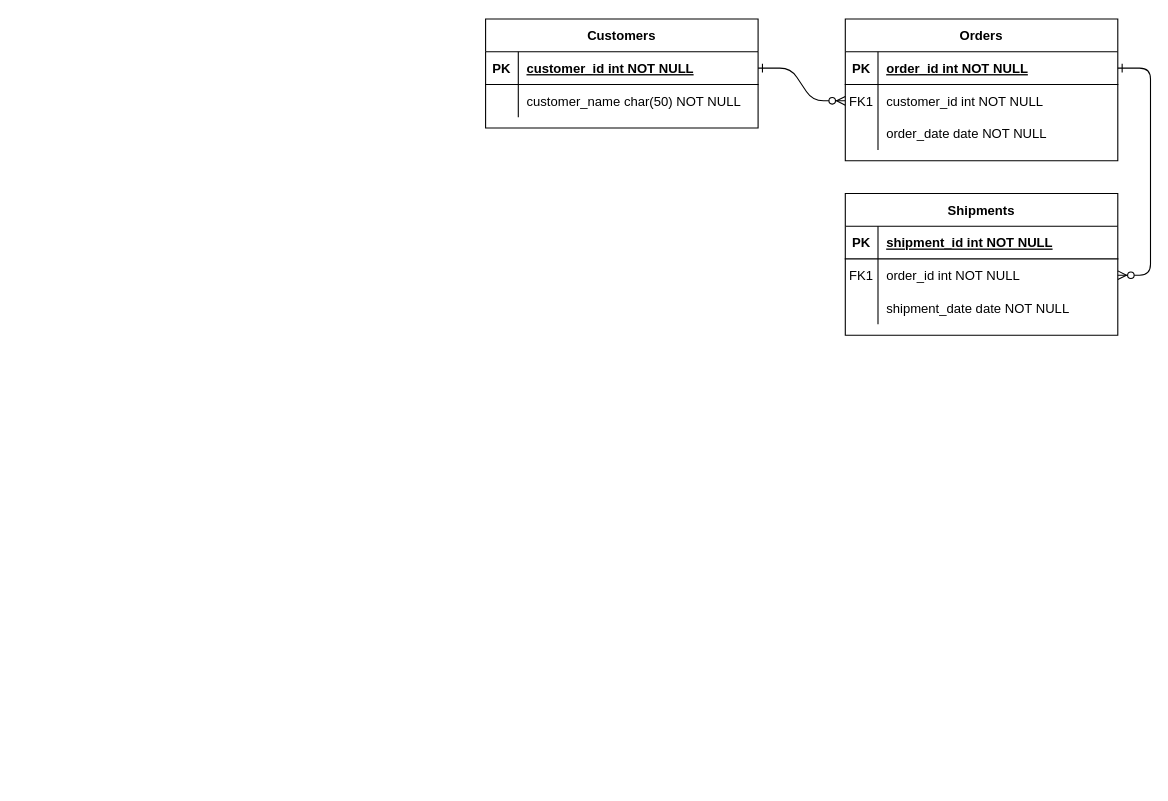
The draw.io diagram Untitled Diagram.drawio in AjaxXu/Diagram, before the edit. Source tidied: cells renumbered, new cells numbered last; positions are measured from the earlier drawing's top-left corner, leaving out a move shared by most shapes. Both pictures are drawn from the tidied source at 109%, with x=0, y=0 at pixel (485, 19).
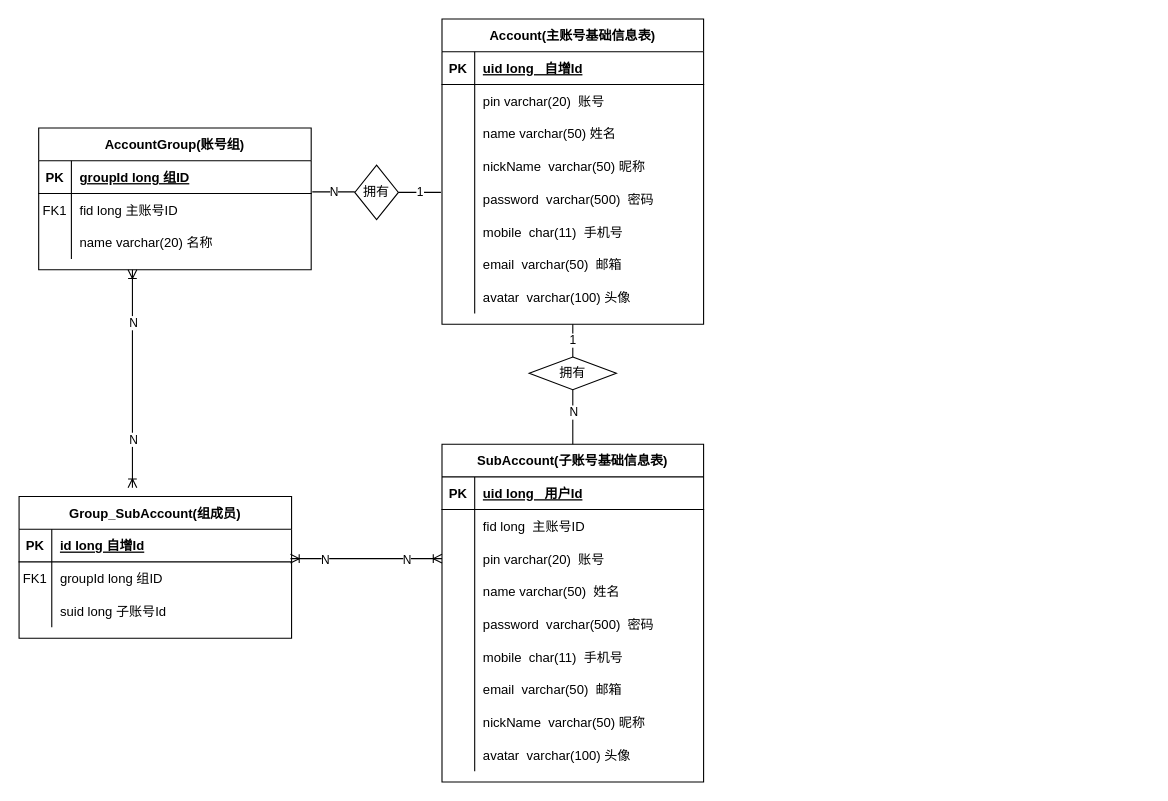
Above is the later version.

The change refers to these unchanged cells:
```xml
<mxCell id="5" style="shape=partialRectangle;fillColor=none;points=[[0,0.5],[1,0.5]];portConstraint=eastwest;top=0;left=0;right=0;bottom=1;" parent="4" vertex="1">
  <mxGeometry y="30" width="250" height="30" as="geometry" />
</mxCell>
<mxCell id="8" style="shape=partialRectangle;fillColor=none;points=[[0,0.5],[1,0.5]];portConstraint=eastwest;top=0;left=0;right=0;bottom=0;" parent="4" vertex="1">
  <mxGeometry y="60" width="250" height="30" as="geometry" />
</mxCell>
<mxCell id="11" style="shape=partialRectangle;fillColor=none;top=0;left=0;right=0;bottom=0;" parent="4" vertex="1">
  <mxGeometry y="90" width="250" height="30" as="geometry" />
</mxCell>
```

Diff of the diagram source:
```diff
@@
-    <mxCell id="2" style="edgeStyle=entityRelationEdgeStyle;endArrow=ERzeroToMany;startArrow=ERone;endFill=1;startFill=0;" parent="1" edge="1" source="25" target="8">
-      <mxGeometry relative="1" as="geometry" />
-    </mxCell>
-    <mxCell id="3" style="edgeStyle=entityRelationEdgeStyle;endArrow=ERzeroToMany;startArrow=ERone;endFill=1;startFill=0;" parent="1" edge="1" source="5" target="18">
-      <mxGeometry relative="1" as="geometry" />
-    </mxCell>
-    <mxCell id="4" value="Orders" style="shape=table;startSize=30;childLayout=tableLayout;rowLines=0;fontStyle=1;align=center;" parent="1" vertex="1">
-      <mxGeometry x="330" width="250" height="130" as="geometry" />
+    <mxCell id="4" value="AccountGroup(账号组)" style="shape=table;startSize=30;childLayout=tableLayout;rowLines=0;fontStyle=1;align=center;" parent="1" vertex="1">
+      <mxGeometry x="-410" y="100" width="250" height="130" as="geometry" />
     </mxCell>
@@
-    <mxCell id="7" value="order_id int NOT NULL " style="shape=partialRectangle;overflow=hidden;fillColor=none;top=0;left=0;bottom=0;right=0;align=left;spacingLeft=6;fontStyle=5;" parent="5" vertex="1">
+    <mxCell id="7" value="groupId long 组ID" style="shape=partialRectangle;overflow=hidden;fillColor=none;top=0;left=0;bottom=0;right=0;align=left;spacingLeft=6;fontStyle=5;" parent="5" vertex="1">
       <mxGeometry x="30" width="220" height="30" as="geometry" />
     </mxCell>
@@
-    <mxCell id="10" value="customer_id int NOT NULL" style="shape=partialRectangle;overflow=hidden;fillColor=none;top=0;left=0;bottom=0;right=0;align=left;spacingLeft=6;" parent="8" vertex="1">
+    <mxCell id="10" value="fid long 主账号ID" style="shape=partialRectangle;overflow=hidden;fillColor=none;top=0;left=0;bottom=0;right=0;align=left;spacingLeft=6;" parent="8" vertex="1">
       <mxGeometry x="30" width="220" height="30" as="geometry" />
     </mxCell>
@@
-    <mxCell id="13" value="order_date date NOT NULL" style="shape=partialRectangle;overflow=hidden;fillColor=none;top=0;left=0;bottom=0;right=0;align=left;spacingLeft=6;" parent="11" vertex="1">
+    <mxCell id="13" value="name varchar(20) 名称" style="shape=partialRectangle;overflow=hidden;fillColor=none;top=0;left=0;bottom=0;right=0;align=left;spacingLeft=6;" parent="11" vertex="1">
       <mxGeometry x="30" width="220" height="30" as="geometry" />
     </mxCell>
-    <mxCell id="14" value="Shipments" style="shape=table;startSize=30;childLayout=tableLayout;rowLines=0;fontStyle=1;align=center;" parent="1" vertex="1">
-      <mxGeometry x="330" y="160" width="250" height="130" as="geometry" />
-    </mxCell>
-    <mxCell id="15" style="shape=partialRectangle;fillColor=none;points=[[0,0.5],[1,0.5]];portConstraint=eastwest;top=0;left=0;right=0;bottom=1;" parent="14" vertex="1">
-      <mxGeometry y="30" width="250" height="30" as="geometry" />
-    </mxCell>
-    <mxCell id="16" value="PK" style="shape=partialRectangle;overflow=hidden;fillColor=none;top=0;left=0;bottom=0;right=0;fontStyle=1;" parent="15" vertex="1">
-      <mxGeometry width="30" height="30" as="geometry" />
-    </mxCell>
-    <mxCell id="17" value="shipment_id int NOT NULL " style="shape=partialRectangle;overflow=hidden;fillColor=none;top=0;left=0;bottom=0;right=0;align=left;spacingLeft=6;fontStyle=5;" parent="15" vertex="1">
-      <mxGeometry x="30" width="220" height="30" as="geometry" />
-    </mxCell>
-    <mxCell id="18" style="shape=partialRectangle;fillColor=none;points=[[0,0.5],[1,0.5]];portConstraint=eastwest;top=0;left=0;right=0;bottom=0;" parent="14" vertex="1">
-      <mxGeometry y="60" width="250" height="30" as="geometry" />
-    </mxCell>
-    <mxCell id="19" value="FK1" style="shape=partialRectangle;overflow=hidden;fillColor=none;top=0;left=0;bottom=0;right=0;" parent="18" vertex="1">
-      <mxGeometry width="30" height="30" as="geometry" />
-    </mxCell>
-    <mxCell id="20" value="order_id int NOT NULL" style="shape=partialRectangle;overflow=hidden;fillColor=none;top=0;left=0;bottom=0;right=0;align=left;spacingLeft=6;" parent="18" vertex="1">
-      <mxGeometry x="30" width="220" height="30" as="geometry" />
-    </mxCell>
-    <mxCell id="21" style="shape=partialRectangle;fillColor=none;top=0;left=0;right=0;bottom=0;" parent="14" vertex="1">
-      <mxGeometry y="90" width="250" height="30" as="geometry" />
-    </mxCell>
-    <mxCell id="22" style="shape=partialRectangle;overflow=hidden;fillColor=none;top=0;left=0;bottom=0;right=0;" parent="21" vertex="1">
-      <mxGeometry width="30" height="30" as="geometry" />
-    </mxCell>
-    <mxCell id="23" value="shipment_date date NOT NULL" style="shape=partialRectangle;overflow=hidden;fillColor=none;top=0;left=0;bottom=0;right=0;align=left;spacingLeft=6;" parent="21" vertex="1">
-      <mxGeometry x="30" width="220" height="30" as="geometry" />
-    </mxCell>
-    <mxCell id="24" value="Customers" style="shape=table;startSize=30;childLayout=tableLayout;rowLines=0;fontStyle=1;align=center;" parent="1" vertex="1">
-      <mxGeometry width="250" height="100" as="geometry" />
+    <mxCell id="24" value="Account(主账号基础信息表)" style="shape=table;startSize=30;childLayout=tableLayout;rowLines=0;fontStyle=1;align=center;" parent="1" vertex="1">
+      <mxGeometry x="-40" width="240" height="280" as="geometry" />
     </mxCell>
     <mxCell id="25" style="shape=partialRectangle;fillColor=none;points=[[0,0.5],[1,0.5]];portConstraint=eastwest;top=0;left=0;right=0;bottom=1;" parent="24" vertex="1">
-      <mxGeometry y="30" width="250" height="30" as="geometry" />
+      <mxGeometry y="30" width="240" height="30" as="geometry" />
     </mxCell>
@@
-    <mxCell id="27" value="customer_id int NOT NULL " style="shape=partialRectangle;overflow=hidden;fillColor=none;top=0;left=0;bottom=0;right=0;align=left;spacingLeft=6;fontStyle=5;" parent="25" vertex="1">
-      <mxGeometry x="30" width="220" height="30" as="geometry" />
+    <mxCell id="27" value="uid long   自增Id" style="shape=partialRectangle;overflow=hidden;fillColor=none;top=0;left=0;bottom=0;right=0;align=left;spacingLeft=6;fontStyle=5;" parent="25" vertex="1">
+      <mxGeometry x="30" width="210" height="30" as="geometry" />
     </mxCell>
     <mxCell id="28" style="shape=partialRectangle;fillColor=none;top=0;left=0;right=0;bottom=0;" parent="24" vertex="1">
-      <mxGeometry y="60" width="250" height="30" as="geometry" />
+      <mxGeometry y="60" width="240" height="30" as="geometry" />
     </mxCell>
@@
-    <mxCell id="30" value="customer_name char(50) NOT NULL" style="shape=partialRectangle;overflow=hidden;fillColor=none;top=0;left=0;bottom=0;right=0;align=left;spacingLeft=6;" parent="28" vertex="1">
-      <mxGeometry x="30" width="220" height="30" as="geometry" />
+    <mxCell id="30" value="pin varchar(20)  账号" style="shape=partialRectangle;overflow=hidden;fillColor=none;top=0;left=0;bottom=0;right=0;align=left;spacingLeft=6;" parent="28" vertex="1">
+      <mxGeometry x="30" width="210" height="30" as="geometry" />
     </mxCell>
+    <mxCell id="31" style="shape=partialRectangle;fillColor=none;top=0;left=0;right=0;bottom=0;" parent="24" vertex="1">
+      <mxGeometry y="90" width="240" height="30" as="geometry" />
+    </mxCell>
+    <mxCell id="32" style="shape=partialRectangle;overflow=hidden;fillColor=none;top=0;left=0;bottom=0;right=0;" parent="31" vertex="1">
+      <mxGeometry width="30" height="30" as="geometry" />
+    </mxCell>
+    <mxCell id="33" value="name varchar(50) 姓名" style="shape=partialRectangle;overflow=hidden;fillColor=none;top=0;left=0;bottom=0;right=0;align=left;spacingLeft=6;" parent="31" vertex="1">
+      <mxGeometry x="30" width="210" height="30" as="geometry" />
+    </mxCell>
+    <mxCell id="34" style="shape=partialRectangle;fillColor=none;top=0;left=0;right=0;bottom=0;" parent="24" vertex="1">
+      <mxGeometry y="120" width="240" height="30" as="geometry" />
+    </mxCell>
+    <mxCell id="35" style="shape=partialRectangle;overflow=hidden;fillColor=none;top=0;left=0;bottom=0;right=0;" parent="34" vertex="1">
+      <mxGeometry width="30" height="30" as="geometry" />
+    </mxCell>
+    <mxCell id="36" value="nickName  varchar(50) 昵称" style="shape=partialRectangle;overflow=hidden;fillColor=none;top=0;left=0;bottom=0;right=0;align=left;spacingLeft=6;" parent="34" vertex="1">
+      <mxGeometry x="30" width="210" height="30" as="geometry" />
+    </mxCell>
+    <mxCell id="37" style="shape=partialRectangle;fillColor=none;points=[[0,0.5],[1,0.5]];portConstraint=eastwest;top=0;left=0;right=0;bottom=0;" parent="24" vertex="1">
+      <mxGeometry y="150" width="240" height="30" as="geometry" />
+    </mxCell>
+    <mxCell id="38" style="shape=partialRectangle;overflow=hidden;fillColor=none;top=0;left=0;bottom=0;right=0;" parent="37" vertex="1">
+      <mxGeometry width="30" height="30" as="geometry" />
+    </mxCell>
+    <mxCell id="39" value="password  varchar(500)  密码" style="shape=partialRectangle;overflow=hidden;fillColor=none;top=0;left=0;bottom=0;right=0;align=left;spacingLeft=6;" parent="37" vertex="1">
+      <mxGeometry x="30" width="210" height="30" as="geometry" />
+    </mxCell>
+    <mxCell id="40" style="shape=partialRectangle;fillColor=none;top=0;left=0;right=0;bottom=0;" parent="24" vertex="1">
+      <mxGeometry y="180" width="240" height="30" as="geometry" />
+    </mxCell>
+    <mxCell id="41" style="shape=partialRectangle;overflow=hidden;fillColor=none;top=0;left=0;bottom=0;right=0;" parent="40" vertex="1">
+      <mxGeometry width="30" height="30" as="geometry" />
+    </mxCell>
+    <mxCell id="42" value="mobile  char(11)  手机号" style="shape=partialRectangle;overflow=hidden;fillColor=none;top=0;left=0;bottom=0;right=0;align=left;spacingLeft=6;" parent="40" vertex="1">
+      <mxGeometry x="30" width="210" height="30" as="geometry" />
+    </mxCell>
+    <mxCell id="43" style="shape=partialRectangle;fillColor=none;top=0;left=0;right=0;bottom=0;" parent="24" vertex="1">
+      <mxGeometry y="210" width="240" height="30" as="geometry" />
+    </mxCell>
+    <mxCell id="44" style="shape=partialRectangle;overflow=hidden;fillColor=none;top=0;left=0;bottom=0;right=0;" parent="43" vertex="1">
+      <mxGeometry width="30" height="30" as="geometry" />
+    </mxCell>
+    <mxCell id="45" value="email  varchar(50)  邮箱" style="shape=partialRectangle;overflow=hidden;fillColor=none;top=0;left=0;bottom=0;right=0;align=left;spacingLeft=6;" parent="43" vertex="1">
+      <mxGeometry x="30" width="210" height="30" as="geometry" />
+    </mxCell>
+    <mxCell id="46" style="shape=partialRectangle;fillColor=none;top=0;left=0;right=0;bottom=0;" parent="24" vertex="1">
+      <mxGeometry y="240" width="240" height="30" as="geometry" />
+    </mxCell>
+    <mxCell id="47" style="shape=partialRectangle;overflow=hidden;fillColor=none;top=0;left=0;bottom=0;right=0;" parent="46" vertex="1">
+      <mxGeometry width="30" height="30" as="geometry" />
+    </mxCell>
+    <mxCell id="48" value="avatar  varchar(100) 头像" style="shape=partialRectangle;overflow=hidden;fillColor=none;top=0;left=0;bottom=0;right=0;align=left;spacingLeft=6;" parent="46" vertex="1">
+      <mxGeometry x="30" width="210" height="30" as="geometry" />
+    </mxCell>
+    <mxCell id="49" value="拥有" style="rhombus;whiteSpace=wrap;html=1;" parent="1" vertex="1">
+      <mxGeometry x="40" y="310" width="80" height="30" as="geometry" />
+    </mxCell>
+    <mxCell id="50" value="1" style="endArrow=none;html=1;entryX=0.5;entryY=1;entryDx=0;entryDy=0;exitX=0.5;exitY=0;exitDx=0;exitDy=0;" parent="1" edge="1" source="49" target="24">
+      <mxGeometry relative="1" as="geometry" />
+    </mxCell>
+    <mxCell id="51" value="SubAccount(子账号基础信息表)" style="shape=table;startSize=30;childLayout=tableLayout;rowLines=0;fontStyle=1;align=center;" parent="1" vertex="1">
+      <mxGeometry x="-40" y="390" width="240" height="310" as="geometry" />
+    </mxCell>
+    <mxCell id="52" style="shape=partialRectangle;fillColor=none;top=0;left=0;right=0;bottom=1;" parent="51" vertex="1">
+      <mxGeometry y="30" width="240" height="30" as="geometry" />
+    </mxCell>
+    <mxCell id="53" value="PK" style="shape=partialRectangle;overflow=hidden;fillColor=none;top=0;left=0;bottom=0;right=0;fontStyle=1;" parent="52" vertex="1">
+      <mxGeometry width="30" height="30" as="geometry" />
+    </mxCell>
+    <mxCell id="54" value="uid long   用户Id" style="shape=partialRectangle;overflow=hidden;fillColor=none;top=0;left=0;bottom=0;right=0;align=left;spacingLeft=6;fontStyle=5;" parent="52" vertex="1">
+      <mxGeometry x="30" width="210" height="30" as="geometry" />
+    </mxCell>
+    <mxCell id="55" style="shape=partialRectangle;fillColor=none;top=0;left=0;right=0;bottom=0;" parent="51" vertex="1">
+      <mxGeometry y="60" width="240" height="30" as="geometry" />
+    </mxCell>
+    <mxCell id="56" style="shape=partialRectangle;overflow=hidden;fillColor=none;top=0;left=0;bottom=0;right=0;" parent="55" vertex="1">
+      <mxGeometry width="30" height="30" as="geometry" />
+    </mxCell>
+    <mxCell id="57" value="fid long  主账号ID" style="shape=partialRectangle;overflow=hidden;fillColor=none;top=0;left=0;bottom=0;right=0;align=left;spacingLeft=6;" parent="55" vertex="1">
+      <mxGeometry x="30" width="210" height="30" as="geometry" />
+    </mxCell>
+    <mxCell id="58" style="shape=partialRectangle;fillColor=none;points=[[0,0.5],[1,0.5]];portConstraint=eastwest;top=0;left=0;right=0;bottom=0;" parent="51" vertex="1">
+      <mxGeometry y="90" width="240" height="30" as="geometry" />
+    </mxCell>
+    <mxCell id="59" style="shape=partialRectangle;overflow=hidden;fillColor=none;top=0;left=0;bottom=0;right=0;" parent="58" vertex="1">
+      <mxGeometry width="30" height="30" as="geometry" />
+    </mxCell>
+    <mxCell id="60" value="pin varchar(20)  账号" style="shape=partialRectangle;overflow=hidden;fillColor=none;top=0;left=0;bottom=0;right=0;align=left;spacingLeft=6;" parent="58" vertex="1">
+      <mxGeometry x="30" width="210" height="30" as="geometry" />
+    </mxCell>
+    <mxCell id="61" style="shape=partialRectangle;fillColor=none;top=0;left=0;right=0;bottom=0;" parent="51" vertex="1">
+      <mxGeometry y="120" width="240" height="30" as="geometry" />
+    </mxCell>
+    <mxCell id="62" style="shape=partialRectangle;overflow=hidden;fillColor=none;top=0;left=0;bottom=0;right=0;" parent="61" vertex="1">
+      <mxGeometry width="30" height="30" as="geometry" />
+    </mxCell>
+    <mxCell id="63" value="name varchar(50)  姓名" style="shape=partialRectangle;overflow=hidden;fillColor=none;top=0;left=0;bottom=0;right=0;align=left;spacingLeft=6;" parent="61" vertex="1">
+      <mxGeometry x="30" width="210" height="30" as="geometry" />
+    </mxCell>
+    <mxCell id="64" style="shape=partialRectangle;fillColor=none;top=0;left=0;right=0;bottom=0;" parent="51" vertex="1">
+      <mxGeometry y="150" width="240" height="30" as="geometry" />
+    </mxCell>
+    <mxCell id="65" style="shape=partialRectangle;overflow=hidden;fillColor=none;top=0;left=0;bottom=0;right=0;" parent="64" vertex="1">
+      <mxGeometry width="30" height="30" as="geometry" />
+    </mxCell>
+    <mxCell id="66" value="password  varchar(500)  密码" style="shape=partialRectangle;overflow=hidden;fillColor=none;top=0;left=0;bottom=0;right=0;align=left;spacingLeft=6;" parent="64" vertex="1">
+      <mxGeometry x="30" width="210" height="30" as="geometry" />
+    </mxCell>
+    <mxCell id="67" style="shape=partialRectangle;fillColor=none;top=0;left=0;right=0;bottom=0;" parent="51" vertex="1">
+      <mxGeometry y="180" width="240" height="30" as="geometry" />
+    </mxCell>
+    <mxCell id="68" style="shape=partialRectangle;overflow=hidden;fillColor=none;top=0;left=0;bottom=0;right=0;" parent="67" vertex="1">
+      <mxGeometry width="30" height="30" as="geometry" />
+    </mxCell>
+    <mxCell id="69" value="mobile  char(11)  手机号" style="shape=partialRectangle;overflow=hidden;fillColor=none;top=0;left=0;bottom=0;right=0;align=left;spacingLeft=6;" parent="67" vertex="1">
+      <mxGeometry x="30" width="210" height="30" as="geometry" />
+    </mxCell>
+    <mxCell id="70" style="shape=partialRectangle;fillColor=none;top=0;left=0;right=0;bottom=0;" parent="51" vertex="1">
+      <mxGeometry y="210" width="240" height="30" as="geometry" />
+    </mxCell>
+    <mxCell id="71" style="shape=partialRectangle;overflow=hidden;fillColor=none;top=0;left=0;bottom=0;right=0;" parent="70" vertex="1">
+      <mxGeometry width="30" height="30" as="geometry" />
+    </mxCell>
+    <mxCell id="72" value="email  varchar(50)  邮箱" style="shape=partialRectangle;overflow=hidden;fillColor=none;top=0;left=0;bottom=0;right=0;align=left;spacingLeft=6;" parent="70" vertex="1">
+      <mxGeometry x="30" width="210" height="30" as="geometry" />
+    </mxCell>
+    <mxCell id="73" style="shape=partialRectangle;fillColor=none;top=0;left=0;right=0;bottom=0;" parent="51" vertex="1">
+      <mxGeometry y="240" width="240" height="30" as="geometry" />
+    </mxCell>
+    <mxCell id="74" style="shape=partialRectangle;overflow=hidden;fillColor=none;top=0;left=0;bottom=0;right=0;" parent="73" vertex="1">
+      <mxGeometry width="30" height="30" as="geometry" />
+    </mxCell>
+    <mxCell id="75" value="nickName  varchar(50) 昵称" style="shape=partialRectangle;overflow=hidden;fillColor=none;top=0;left=0;bottom=0;right=0;align=left;spacingLeft=6;" parent="73" vertex="1">
+      <mxGeometry x="30" width="210" height="30" as="geometry" />
+    </mxCell>
+    <mxCell id="76" style="shape=partialRectangle;fillColor=none;top=0;left=0;right=0;bottom=0;" parent="51" vertex="1">
+      <mxGeometry y="270" width="240" height="30" as="geometry" />
+    </mxCell>
+    <mxCell id="77" style="shape=partialRectangle;overflow=hidden;fillColor=none;top=0;left=0;bottom=0;right=0;" parent="76" vertex="1">
+      <mxGeometry width="30" height="30" as="geometry" />
+    </mxCell>
+    <mxCell id="78" value="avatar  varchar(100) 头像" style="shape=partialRectangle;overflow=hidden;fillColor=none;top=0;left=0;bottom=0;right=0;align=left;spacingLeft=6;" parent="76" vertex="1">
+      <mxGeometry x="30" width="210" height="30" as="geometry" />
+    </mxCell>
+    <mxCell id="79" style="endArrow=none;html=1;entryX=0.5;entryY=1;entryDx=0;entryDy=0;" parent="1" edge="1" target="49">
+      <mxGeometry relative="1" as="geometry">
+        <mxPoint x="80" y="390" as="sourcePoint" />
+      </mxGeometry>
+    </mxCell>
+    <mxCell id="80" value="N" style="edgeLabel;html=1;align=center;verticalAlign=middle;" parent="79" vertex="1">
+      <mxGeometry x="0.2" relative="1" as="geometry" />
+    </mxCell>
+    <mxCell id="81" value="拥有" style="rhombus;whiteSpace=wrap;html=1;" parent="1" vertex="1">
+      <mxGeometry x="-120" y="134" width="40" height="50" as="geometry" />
+    </mxCell>
+    <mxCell id="82" value="1" style="endArrow=none;html=1;entryX=-0.004;entryY=0.3;entryDx=0;entryDy=0;exitX=1;exitY=0.5;exitDx=0;exitDy=0;entryPerimeter=0;" parent="1" edge="1" source="81" target="37">
+      <mxGeometry relative="1" as="geometry" />
+    </mxCell>
+    <mxCell id="83" value="N" style="endArrow=none;html=1;entryX=-0.004;entryY=0.3;entryDx=0;entryDy=0;exitX=1;exitY=0.5;exitDx=0;exitDy=0;entryPerimeter=0;" parent="1" edge="1">
+      <mxGeometry relative="1" as="geometry">
+        <mxPoint x="-159" y="158.5" as="sourcePoint" />
+        <mxPoint x="-120" y="158.5" as="targetPoint" />
+      </mxGeometry>
+    </mxCell>
+    <mxCell id="84" value="Group_SubAccount(组成员)" style="shape=table;startSize=30;childLayout=tableLayout;rowLines=0;fontStyle=1;align=center;" parent="1" vertex="1">
+      <mxGeometry x="-428" y="438" width="250" height="130" as="geometry" />
+    </mxCell>
+    <mxCell id="15" style="shape=partialRectangle;fillColor=none;points=[[0,0.5],[1,0.5]];portConstraint=eastwest;top=0;left=0;right=0;bottom=1;" parent="84" vertex="1">
+      <mxGeometry y="30" width="250" height="30" as="geometry" />
+    </mxCell>
+    <mxCell id="85" value="PK" style="shape=partialRectangle;overflow=hidden;fillColor=none;top=0;left=0;bottom=0;right=0;fontStyle=1;" parent="15" vertex="1">
+      <mxGeometry width="30" height="30" as="geometry" />
+    </mxCell>
+    <mxCell id="86" value="id long 自增Id" style="shape=partialRectangle;overflow=hidden;fillColor=none;top=0;left=0;bottom=0;right=0;align=left;spacingLeft=6;fontStyle=5;" parent="15" vertex="1">
+      <mxGeometry x="30" width="220" height="30" as="geometry" />
+    </mxCell>
+    <mxCell id="18" style="shape=partialRectangle;fillColor=none;points=[[0,0.5],[1,0.5]];portConstraint=eastwest;top=0;left=0;right=0;bottom=0;" parent="84" vertex="1">
+      <mxGeometry y="60" width="250" height="30" as="geometry" />
+    </mxCell>
+    <mxCell id="19" value="FK1" style="shape=partialRectangle;overflow=hidden;fillColor=none;top=0;left=0;bottom=0;right=0;" parent="18" vertex="1">
+      <mxGeometry width="30" height="30" as="geometry" />
+    </mxCell>
+    <mxCell id="87" value="groupId long 组ID" style="shape=partialRectangle;overflow=hidden;fillColor=none;top=0;left=0;bottom=0;right=0;align=left;spacingLeft=6;" parent="18" vertex="1">
+      <mxGeometry x="30" width="220" height="30" as="geometry" />
+    </mxCell>
+    <mxCell id="21" style="shape=partialRectangle;fillColor=none;top=0;left=0;right=0;bottom=0;" parent="84" vertex="1">
+      <mxGeometry y="90" width="250" height="30" as="geometry" />
+    </mxCell>
+    <mxCell id="88" style="shape=partialRectangle;overflow=hidden;fillColor=none;top=0;left=0;bottom=0;right=0;" parent="21" vertex="1">
+      <mxGeometry width="30" height="30" as="geometry" />
+    </mxCell>
+    <mxCell id="89" value="suid long 子账号Id" style="shape=partialRectangle;overflow=hidden;fillColor=none;top=0;left=0;bottom=0;right=0;align=left;spacingLeft=6;" parent="21" vertex="1">
+      <mxGeometry x="30" width="220" height="30" as="geometry" />
+    </mxCell>
+    <mxCell id="90" style="edgeStyle=entityRelationEdgeStyle;fontSize=12;html=1;endArrow=ERoneToMany;startArrow=ERoneToMany;entryX=0;entryY=0.5;entryDx=0;entryDy=0;exitX=0.996;exitY=0.9;exitDx=0;exitDy=0;exitPerimeter=0;" parent="1" edge="1" source="15" target="58">
+      <mxGeometry relative="1" as="geometry" />
+    </mxCell>
+    <mxCell id="91" value="N" style="edgeLabel;html=1;align=center;verticalAlign=middle;" parent="90" vertex="1">
+      <mxGeometry x="0.52" relative="1" as="geometry" />
+    </mxCell>
+    <mxCell id="92" value="N" style="edgeLabel;html=1;align=center;verticalAlign=middle;" parent="90" vertex="1">
+      <mxGeometry x="-0.55" relative="1" as="geometry" />
+    </mxCell>
+    <mxCell id="93" style="edgeStyle=orthogonalEdgeStyle;fontSize=12;html=1;endArrow=ERoneToMany;startArrow=ERoneToMany;" parent="1" edge="1">
+      <mxGeometry relative="1" as="geometry">
+        <mxPoint x="-324" y="430" as="sourcePoint" />
+        <mxPoint x="-324" y="230" as="targetPoint" />
+      </mxGeometry>
+    </mxCell>
+    <mxCell id="94" value="N" style="edgeLabel;html=1;align=center;verticalAlign=middle;" parent="93" vertex="1">
+      <mxGeometry x="0.52" relative="1" as="geometry" />
+    </mxCell>
+    <mxCell id="95" value="N" style="edgeLabel;html=1;align=center;verticalAlign=middle;" parent="93" vertex="1">
+      <mxGeometry x="-0.55" relative="1" as="geometry" />
+    </mxCell>
```
